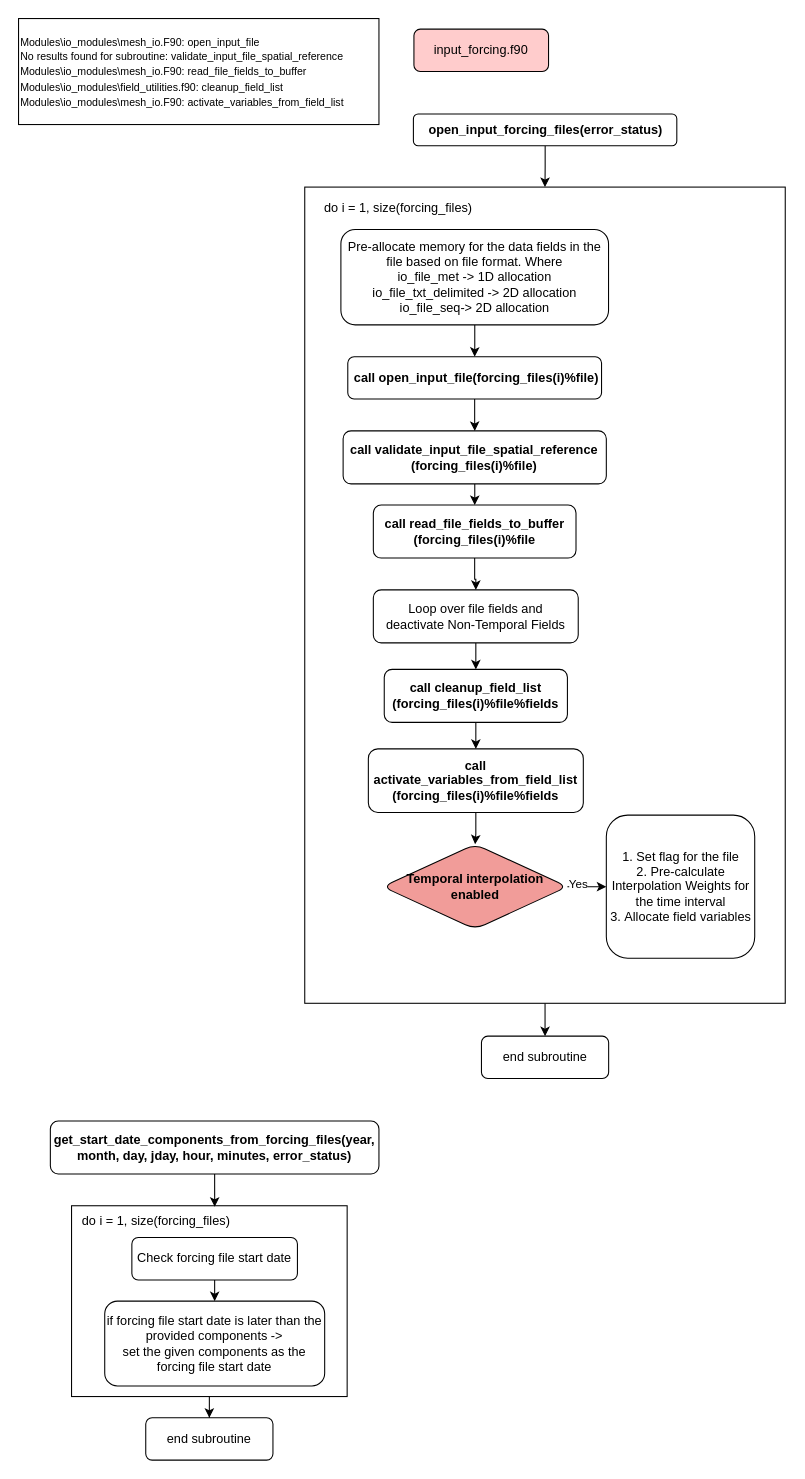
The draw.io diagram input_forcing.drawio in MeshMapping/r1813_Mappings, before the edit. Source tidied: cells renumbered, new cells numbered last; positions are measured from the earlier drawing's top-left corner, leaving out a move shared by most shapes. Both pictures are drawn from the tidied source at 106%, with x=0, y=0 at pixel (18, 18).
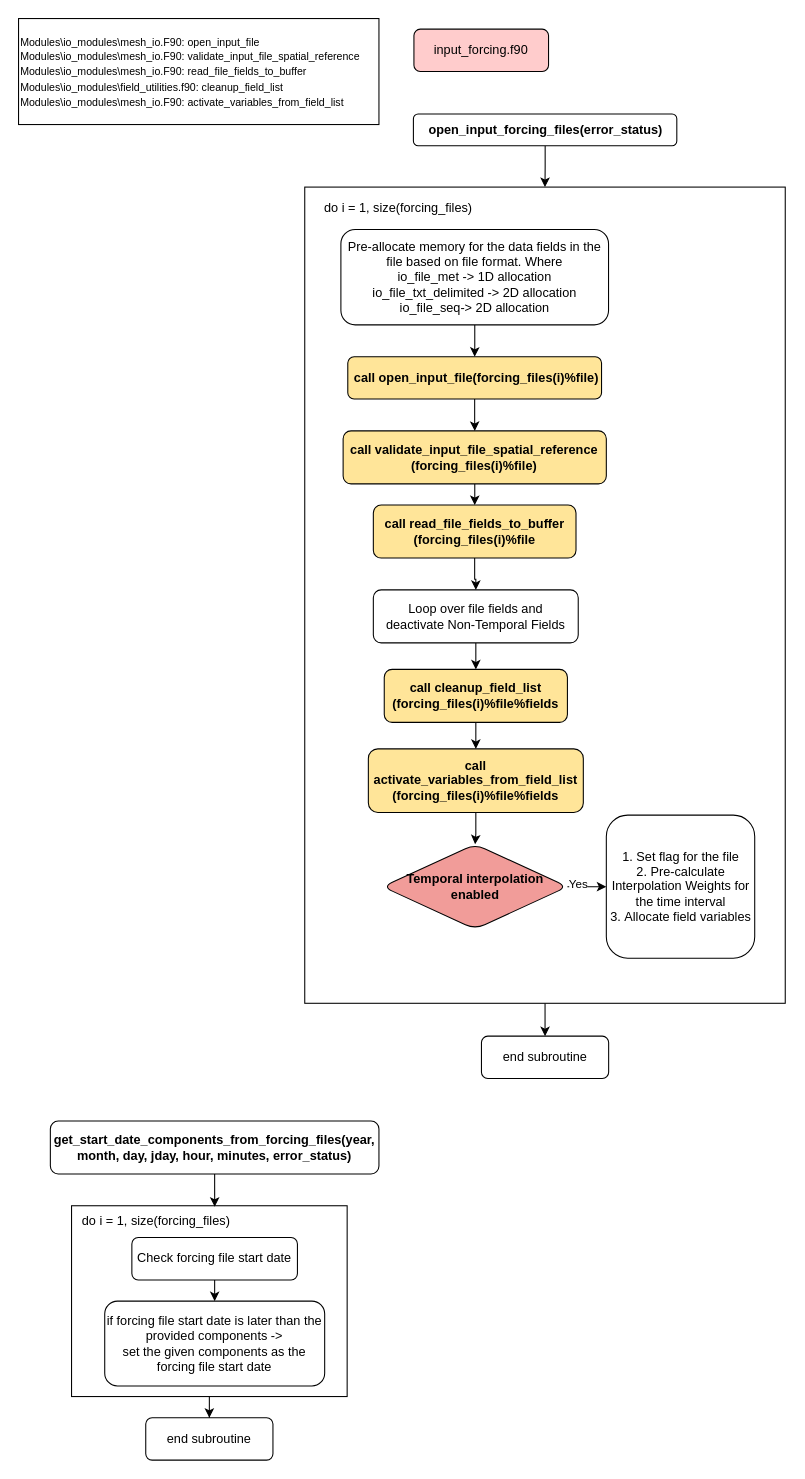
After the change.

The change refers to these unchanged cells:
```xml
<mxCell id="7" style="group;" parent="1" vertex="1">
  <mxGeometry x="270" y="159" width="453.3" height="770" as="geometry" />
</mxCell>
```

What changed in the source:
```diff
@@
-    <mxCell id="12" value="&amp;nbsp;call open_input_file(forcing_files(i)%file)" style="whiteSpace=wrap;html=1;rounded=1;fontStyle=1;" parent="7" vertex="1">
+    <mxCell id="12" value="&amp;nbsp;call open_input_file(forcing_files(i)%file)" style="whiteSpace=wrap;html=1;rounded=1;fontStyle=1;fillColor=#FFE599;" parent="7" vertex="1">
       <mxGeometry x="40.6" y="160" width="239.4" height="40" as="geometry" />
     </mxCell>
@@
-    <mxCell id="14" value="call validate_input_file_spatial_reference (forcing_files(i)%file)" style="whiteSpace=wrap;html=1;rounded=1;fontStyle=1;" parent="7" vertex="1">
+    <mxCell id="14" value="call validate_input_file_spatial_reference (forcing_files(i)%file)" style="whiteSpace=wrap;html=1;rounded=1;fontStyle=1;fillColor=#FFE599;" parent="7" vertex="1">
       <mxGeometry x="36.2" y="230" width="248.3" height="50" as="geometry" />
     </mxCell>
@@
-    <mxCell id="16" value="call read_file_fields_to_buffer (forcing_files(i)%file" style="whiteSpace=wrap;html=1;rounded=1;fontStyle=1;" parent="7" vertex="1">
+    <mxCell id="16" value="call read_file_fields_to_buffer (forcing_files(i)%file" style="whiteSpace=wrap;html=1;rounded=1;fontStyle=1;fillColor=#FFE599;" parent="7" vertex="1">
       <mxGeometry x="64.7" y="300" width="191.2" height="50" as="geometry" />
     </mxCell>
@@
-    <mxCell id="20" value="call cleanup_field_list (forcing_files(i)%file%fields" style="whiteSpace=wrap;html=1;rounded=1;fontStyle=1;" parent="7" vertex="1">
+    <mxCell id="20" value="call cleanup_field_list (forcing_files(i)%file%fields" style="whiteSpace=wrap;html=1;rounded=1;fontStyle=1;fillColor=#FFE599;" parent="7" vertex="1">
       <mxGeometry x="75" y="455" width="172.8" height="50" as="geometry" />
     </mxCell>
@@
-    <mxCell id="22" value="call activate_variables_from_field_list (forcing_files(i)%file%fields" style="whiteSpace=wrap;html=1;rounded=1;fontStyle=1;" parent="7" vertex="1">
+    <mxCell id="22" value="call activate_variables_from_field_list (forcing_files(i)%file%fields" style="whiteSpace=wrap;html=1;rounded=1;fontStyle=1;fillColor=#FFE599;" parent="7" vertex="1">
       <mxGeometry x="60" y="530" width="202.8" height="60" as="geometry" />
     </mxCell>
@@
-    <mxCell id="28" value="&lt;div&gt;&lt;font size=&quot;1&quot;&gt;Modules\io_modules\mesh_io.F90: open_input_file&lt;/font&gt;&lt;/div&gt;&lt;div&gt;&lt;font size=&quot;1&quot;&gt;No results found for subroutine: validate_input_file_spatial_reference&amp;nbsp;&lt;/font&gt;&lt;/div&gt;&lt;div&gt;&lt;font size=&quot;1&quot;&gt;Modules\io_modules\mesh_io.F90: read_file_fields_to_buffer&lt;/font&gt;&lt;/div&gt;&lt;div&gt;&lt;font size=&quot;1&quot;&gt;Modules\io_modules\field_utilities.f90: cleanup_field_list&lt;/font&gt;&lt;/div&gt;&lt;div&gt;&lt;font size=&quot;1&quot;&gt;Modules\io_modules\mesh_io.F90: activate_variables_from_field_list&lt;/font&gt;&lt;/div&gt;" style="rounded=0;whiteSpace=wrap;html=1;align=left;" parent="1" vertex="1">
+    <mxCell id="28" value="&lt;div&gt;&lt;font size=&quot;1&quot;&gt;Modules\io_modules\mesh_io.F90: open_input_file&lt;/font&gt;&lt;/div&gt;&lt;div&gt;&lt;font size=&quot;1&quot;&gt;Modules\io_modules\mesh_io.F90: validate_input_file_spatial_reference&lt;/font&gt;&lt;/div&gt;&lt;div&gt;&lt;font size=&quot;1&quot;&gt;Modules\io_modules\mesh_io.F90: read_file_fields_to_buffer&lt;/font&gt;&lt;/div&gt;&lt;div&gt;&lt;font size=&quot;1&quot;&gt;Modules\io_modules\field_utilities.f90: cleanup_field_list&lt;/font&gt;&lt;/div&gt;&lt;div&gt;&lt;font size=&quot;1&quot;&gt;Modules\io_modules\mesh_io.F90: activate_variables_from_field_list&lt;/font&gt;&lt;/div&gt;" style="rounded=0;whiteSpace=wrap;html=1;align=left;" parent="1" vertex="1">
       <mxGeometry width="340" height="100" as="geometry" />
     </mxCell>
```
